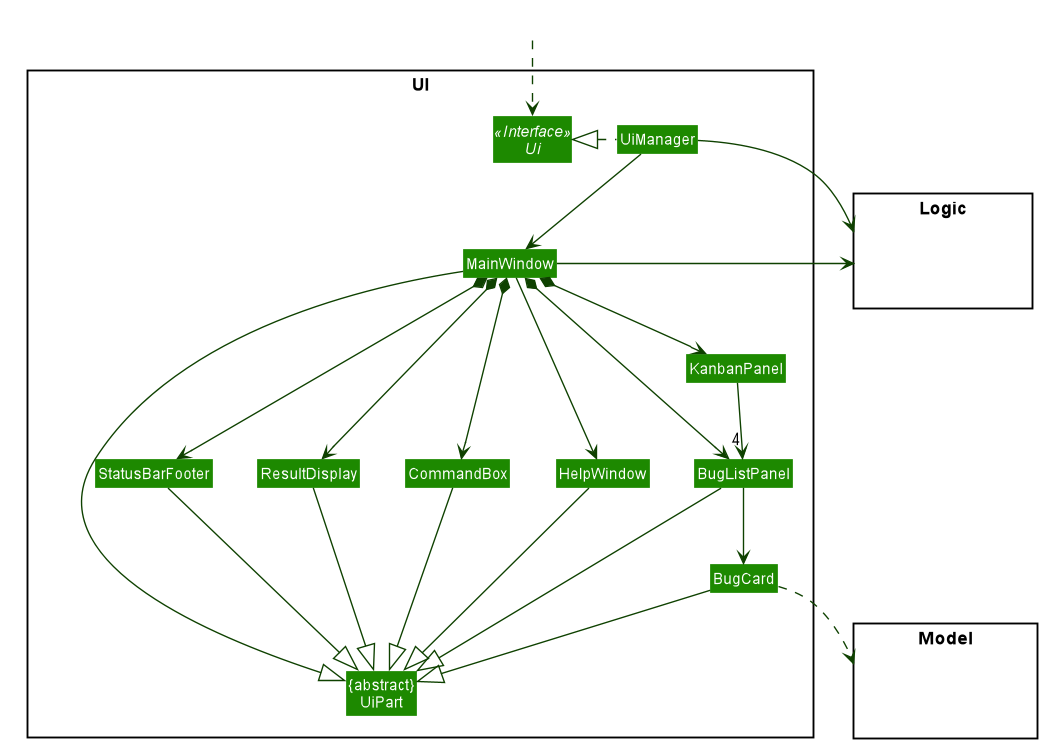
Earlier version of the PlantUML export docs/images/UiClassDiagram.png (the-reefshark/tp).
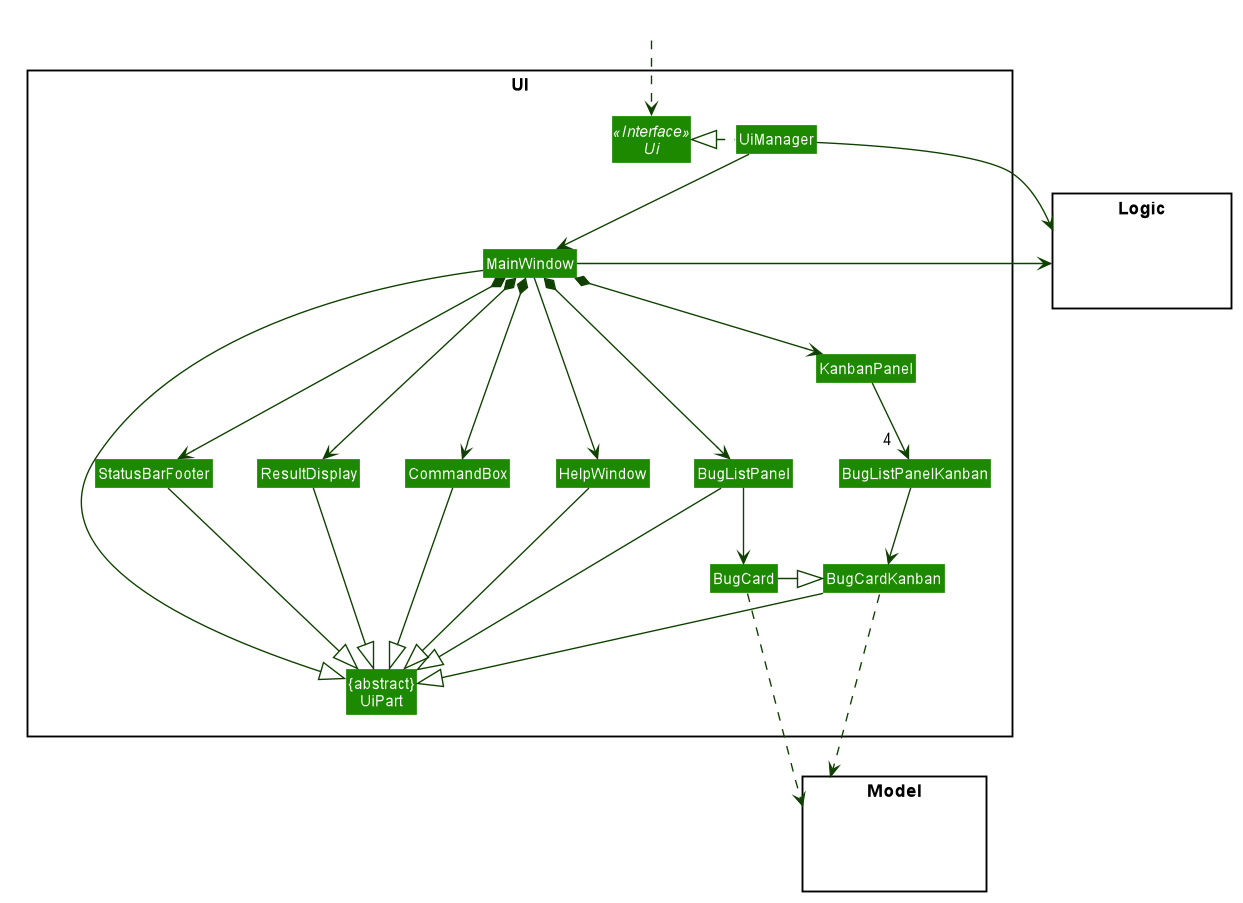
Above is the later version.

Commit message:
Update Ui Class diagram

What changed in the source:
```diff
@@ -63,6 +63,8 @@
 Class StatusBarFooter
 Class CommandBox
 Class KanbanPanel
+Class BugCardKanban
+Class BugListPanelKanban
 }
 
 package Model <<Rectangle>> {
@@ -86,21 +88,27 @@
 MainWindow *-down-> StatusBarFooter
 
 BugListPanel -down-> BugCard
-KanbanPanel -down-> "4" BugListPanel
+BugListPanelKanban -down-> BugCardKanban
+KanbanPanel -down-> "4  " BugListPanelKanban
+
+BugCard -left-|> BugCardKanban
 
 MainWindow -left-|> UiPart
 
 ResultDisplay --|> UiPart
 CommandBox --|> UiPart
 BugListPanel --|> UiPart
-BugCard --|> UiPart
+BugCardKanban --|> UiPart
 StatusBarFooter --|> UiPart
 HelpWindow -down-|> UiPart
 
-BugCard ..> Model
+BugCard ...> Model
+BugCardKanban ..> Model
+
 UiManager -right-> Logic
 MainWindow -left-> Logic
 
+BugListPanelKanban -[hidden]left- BugListPanel
 BugListPanel -[hidden]left- HelpWindow
 HelpWindow -[hidden]left- CommandBox
 CommandBox -[hidden]left- ResultDisplay
```
